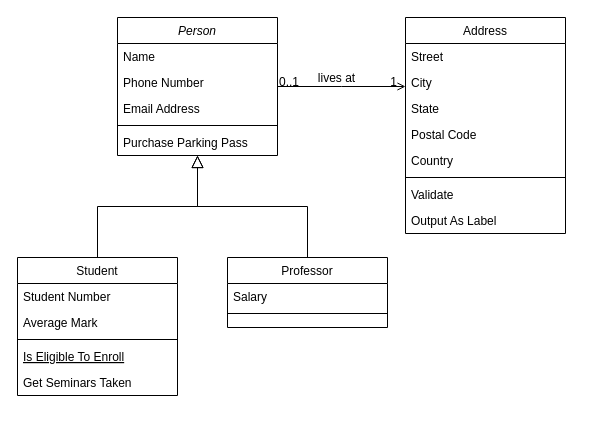
This is A.drawio from khanhnhat188/shop, a draw.io file, before an edit. Source tidied: cells renumbered, new cells numbered last; positions are measured from the earlier drawing's top-left corner, leaving out a move shared by most shapes. Both pictures are drawn from the tidied source at 100%, with x=0, y=0 at pixel (17, 17).
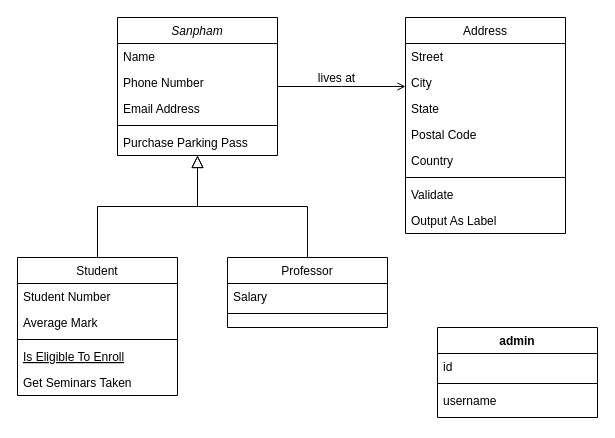
After the change.

Commit message:
Cập nhật A.drawio

The change refers to these unchanged cells:
```xml
<mxCell id="28" style="endArrow=open;shadow=0;strokeWidth=1;rounded=0;endFill=1;edgeStyle=elbowEdgeStyle;elbow=vertical;" parent="1" edge="1" source="2" target="19">
  <mxGeometry x="0.5" y="41" relative="1" as="geometry">
    <mxPoint x="-40" y="32" as="offset" />
  </mxGeometry>
</mxCell>
```

What changed in the source:
```diff
@@
-    <mxCell id="2" value="Person" style="swimlane;fontStyle=2;align=center;verticalAlign=top;horizontal=1;startSize=26;rounded=0;shadow=0;strokeWidth=1;" parent="1" vertex="1">
+    <mxCell id="2" value="Sanpham" style="swimlane;fontStyle=2;align=center;verticalAlign=top;horizontal=1;startSize=26;rounded=0;shadow=0;strokeWidth=1;" parent="1" vertex="1">
       <mxGeometry x="100" width="160" height="138" as="geometry" />
     </mxCell>
@@
-    <mxCell id="29" value="0..1" style="align=left;verticalAlign=bottom;labelBackgroundColor=none;fontSize=12;" parent="28" vertex="1">
-      <mxGeometry x="-1" relative="1" as="geometry">
-        <mxPoint y="4" as="offset" />
-      </mxGeometry>
-    </mxCell>
-    <mxCell id="30" value="1" style="align=right;verticalAlign=bottom;labelBackgroundColor=none;fontSize=12;" parent="28" vertex="1">
-      <mxGeometry x="1" relative="1" as="geometry">
-        <mxPoint x="-7" y="4" as="offset" />
-      </mxGeometry>
-    </mxCell>
@@
+    <mxCell id="32" value="admin" style="swimlane;fontStyle=1;align=center;verticalAlign=top;horizontal=1;startSize=26;whiteSpace=wrap;html=1;" parent="1" vertex="1">
+      <mxGeometry x="420" y="310" width="160" height="90" as="geometry" />
+    </mxCell>
+    <mxCell id="33" value="id" style="text;strokeColor=none;fillColor=none;align=left;verticalAlign=top;spacingLeft=4;spacingRight=4;overflow=hidden;whiteSpace=wrap;html=1;" parent="32" vertex="1">
+      <mxGeometry y="26" width="160" height="26" as="geometry" />
+    </mxCell>
+    <mxCell id="34" style="line;strokeWidth=1;fillColor=none;align=left;verticalAlign=middle;spacingTop=-1;spacingLeft=3;spacingRight=3;labelPosition=right;strokeColor=inherit;" parent="32" vertex="1">
+      <mxGeometry y="52" width="160" height="8" as="geometry" />
+    </mxCell>
+    <mxCell id="35" value="username&#9;" style="text;strokeColor=none;fillColor=none;align=left;verticalAlign=top;spacingLeft=4;spacingRight=4;overflow=hidden;whiteSpace=wrap;html=1;" parent="32" vertex="1">
+      <mxGeometry y="60" width="160" height="30" as="geometry" />
+    </mxCell>
```
